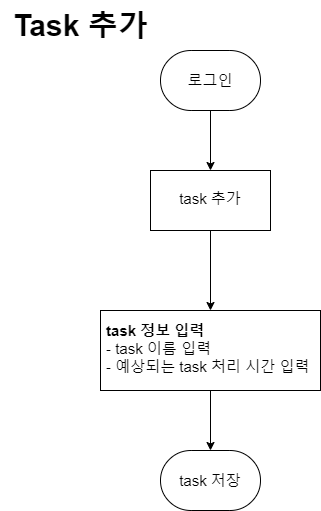
Earlier version of the draw.io export timetodo-flowchart/adding tasks.png (MEOHIN/todo-pe). Source tidied: cells renumbered, new cells last; positions are measured from the earlier drawing's top-left corner, leaving out a move shared by most shapes.
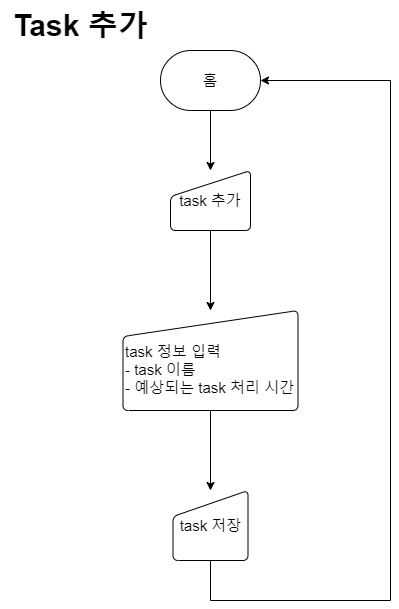
The same file after the commit.

Diff of the diagram source:
```diff
@@ -5,29 +5,36 @@
     <mxCell id="2" style="group;fontSize=15;strokeWidth=1;" parent="1" vertex="1">
       <mxGeometry x="160" y="50" width="100" height="60" as="geometry" />
     </mxCell>
-    <mxCell id="3" value="로그인" style="strokeWidth=1;html=1;shape=mxgraph.flowchart.terminator;whiteSpace=wrap;fontSize=15;" parent="2" vertex="1">
+    <mxCell id="3" value="홈" style="strokeWidth=1;html=1;shape=mxgraph.flowchart.terminator;whiteSpace=wrap;fontSize=15;" parent="2" vertex="1">
       <mxGeometry width="100" height="60" as="geometry" />
     </mxCell>
-    <mxCell id="4" style="edgeStyle=orthogonalEdgeStyle;rounded=0;jettySize=auto;html=1;fontSize=15;strokeWidth=1;" parent="1" edge="1" source="5" target="7">
-      <mxGeometry relative="1" as="geometry" />
-    </mxCell>
+    <mxCell id="9" value="&lt;span style=&quot;font-size: 30px;&quot;&gt;Task 추가&lt;/span&gt;" style="text;html=1;align=center;verticalAlign=middle;strokeColor=none;fillColor=none;fontStyle=1;" parent="1" vertex="1">
+      <mxGeometry width="160" height="50" as="geometry" />
+    </mxCell>
+    <mxCell id="11" style="edgeStyle=orthogonalEdgeStyle;rounded=0;jettySize=auto;html=1;" parent="1" edge="1" source="5" target="13">
+      <mxGeometry relative="1" as="geometry" />
+    </mxCell>
-    <mxCell id="5" value="task 추가" style="whiteSpace=wrap;html=1;shadow=0;strokeWidth=1;spacing=6;spacingTop=-4;fontSize=15;" parent="1" vertex="1">
-      <mxGeometry x="150" y="170" width="120" height="60" as="geometry" />
+    <mxCell id="5" value="task 추가" style="html=1;strokeWidth=1;shape=manualInput;whiteSpace=wrap;rounded=1;size=26;arcSize=11;fontSize=15;" parent="1" vertex="1">
+      <mxGeometry x="170" y="170" width="80" height="60" as="geometry" />
     </mxCell>
-    <mxCell id="6" style="edgeStyle=orthogonalEdgeStyle;rounded=0;jettySize=auto;html=1;strokeWidth=1;fontSize=15;" parent="1" edge="1" source="7">
-      <mxGeometry relative="1" as="geometry">
-        <mxPoint x="210" y="450" as="targetPoint" />
-      </mxGeometry>
-    </mxCell>
-    <mxCell id="7" value="&lt;b&gt;task 정보 입력&lt;br style=&quot;font-size: 15px;&quot;&gt;&lt;div style=&quot;&quot;&gt;&lt;span style=&quot;background-color: initial; font-weight: normal;&quot;&gt;- task 이름 입력&lt;/span&gt;&lt;/div&gt;&lt;/b&gt;&lt;font style=&quot;font-size: 15px;&quot;&gt;- 예상되는 task 처리 시간 입력&lt;/font&gt;" style="whiteSpace=wrap;html=1;shadow=0;strokeWidth=1;spacing=6;spacingTop=-4;fontSize=15;align=left;" parent="1" vertex="1">
-      <mxGeometry x="100" y="310" width="220" height="80" as="geometry" />
-    </mxCell>
+    <mxCell id="12" style="edgeStyle=orthogonalEdgeStyle;rounded=0;jettySize=auto;html=1;" parent="1" edge="1" source="13" target="8">
+      <mxGeometry relative="1" as="geometry" />
+    </mxCell>
+    <mxCell id="13" value="&lt;span style=&quot;border-color: var(--border-color);&quot;&gt;&lt;br&gt;task 정보 입력&lt;br style=&quot;border-color: var(--border-color);&quot;&gt;&lt;div style=&quot;border-color: var(--border-color);&quot;&gt;- task 이름&lt;/div&gt;&lt;/span&gt;&lt;font style=&quot;border-color: var(--border-color);&quot;&gt;- 예상되는 task 처리 시간&lt;/font&gt;" style="html=1;strokeWidth=1;shape=manualInput;whiteSpace=wrap;rounded=1;size=26;arcSize=11;fontSize=15;align=left;" parent="1" vertex="1">
+      <mxGeometry x="122.5" y="310" width="175" height="100" as="geometry" />
+    </mxCell>
+    <mxCell id="14" style="edgeStyle=orthogonalEdgeStyle;rounded=0;jettySize=auto;html=1;exitX=0.5;exitY=1;exitDx=0;exitDy=0;entryX=1;entryY=0.5;entryDx=0;entryDy=0;entryPerimeter=0;" parent="1" edge="1" source="8" target="3">
+      <mxGeometry relative="1" as="geometry">
+        <Array as="points">
+          <mxPoint x="210" y="600" />
+          <mxPoint x="390" y="600" />
+          <mxPoint x="390" y="80" />
+        </Array>
+      </mxGeometry>
+    </mxCell>
-    <mxCell id="8" value="task 저장" style="strokeWidth=1;html=1;shape=mxgraph.flowchart.terminator;whiteSpace=wrap;fontSize=15;" parent="1" vertex="1">
-      <mxGeometry x="160" y="450" width="100" height="60" as="geometry" />
+    <mxCell id="8" value="&lt;div style=&quot;&quot;&gt;&lt;span style=&quot;background-color: initial;&quot;&gt;task 저장&lt;/span&gt;&lt;/div&gt;" style="html=1;strokeWidth=1;shape=manualInput;whiteSpace=wrap;rounded=1;size=26;arcSize=11;fontSize=15;align=center;" parent="1" vertex="1">
+      <mxGeometry x="172.5" y="490" width="75" height="70" as="geometry" />
     </mxCell>
-    <mxCell id="9" value="&lt;span style=&quot;font-size: 30px;&quot;&gt;Task 추가&lt;/span&gt;" style="text;html=1;align=center;verticalAlign=middle;strokeColor=none;fillColor=none;fontStyle=1;" parent="1" vertex="1">
-      <mxGeometry width="160" height="50" as="geometry" />
-    </mxCell>
     <mxCell id="10" style="edgeStyle=orthogonalEdgeStyle;rounded=0;jettySize=auto;html=1;" parent="1" edge="1" source="3" target="5">
       <mxGeometry relative="1" as="geometry" />
     </mxCell>
```
